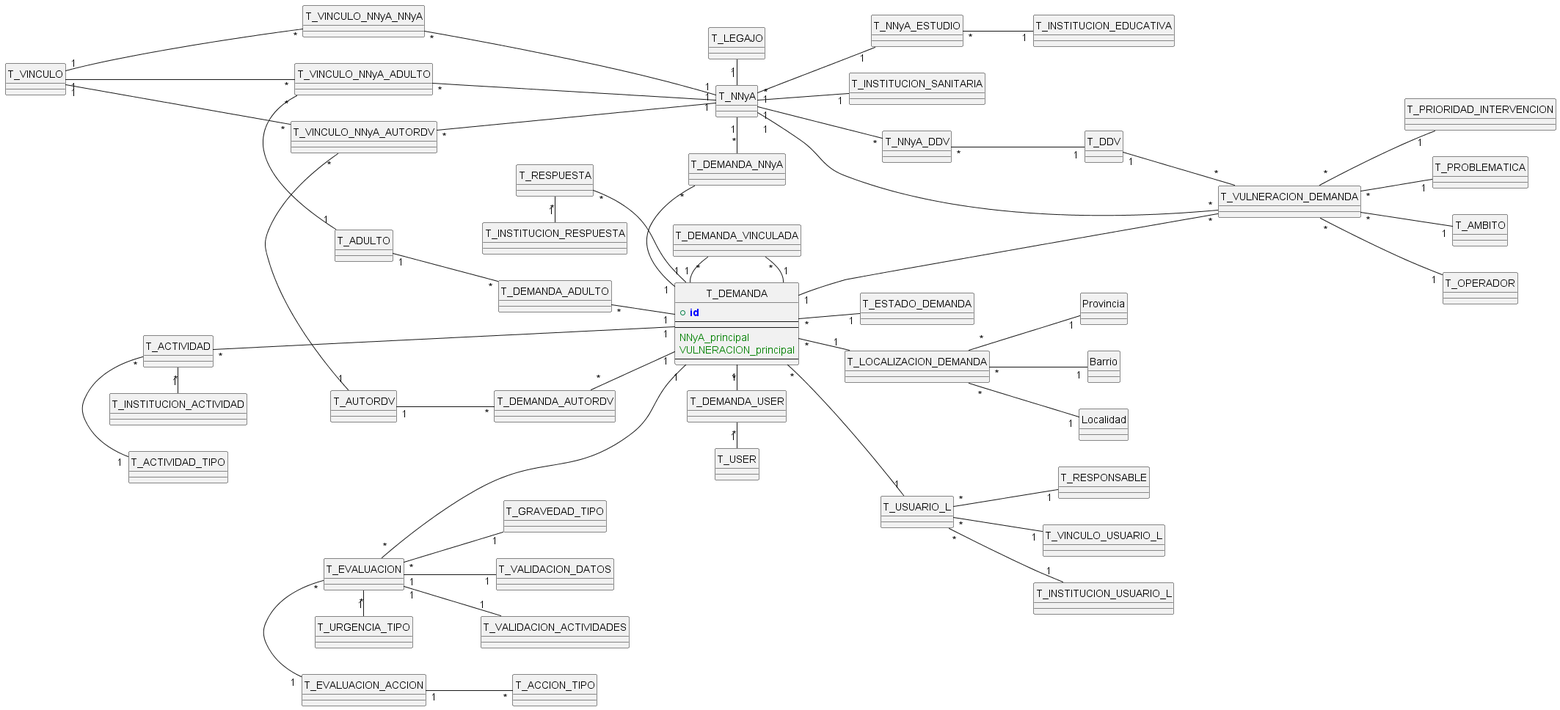
Above: docs/db/just_entities_relationship.png in fosc-hub/SENAF-RUNNA-db-backend (PlantUML), before the change.
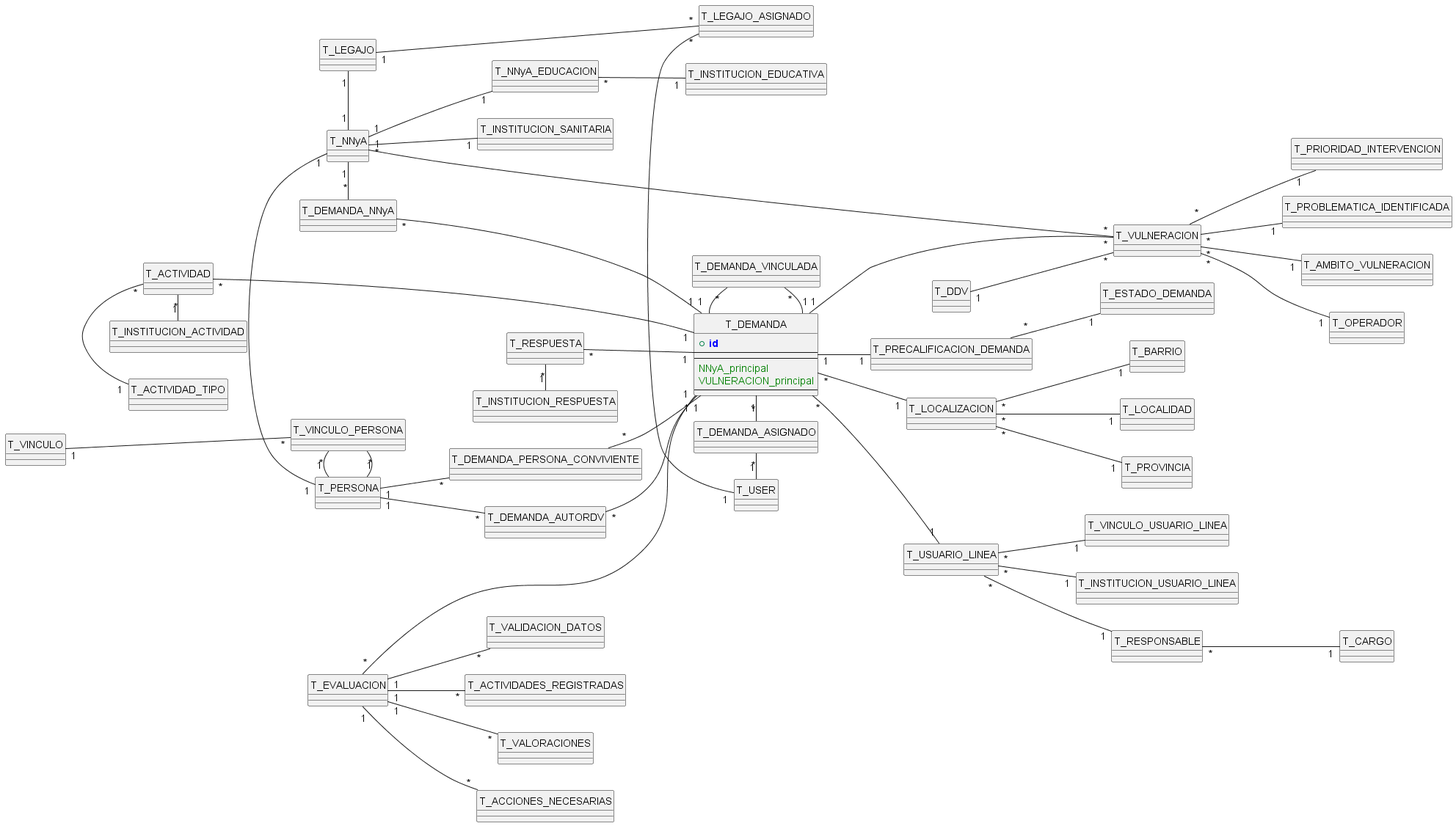
The same diagram one commit later.

Commit message:
changes in entity relationships

Change to the diagram source:
```diff
@@ -14,49 +14,52 @@
     FOREIGN_KEY(VULNERACION_principal)
     --
 }
-T_DEMANDA_USER "*" - "1" T_USER
-T_DEMANDA "1" - "*" T_DEMANDA_USER
-T_DEMANDA "*" -- "1" T_ESTADO_DEMANDA
+T_DEMANDA_ASIGNADO "*" - "1" T_USER
+T_DEMANDA "1" - "*" T_DEMANDA_ASIGNADO
+T_DEMANDA "1" -- "1" T_PRECALIFICACION_DEMANDA
+T_PRECALIFICACION_DEMANDA "*" -- "1" T_ESTADO_DEMANDA
 
-T_DEMANDA "*" -- "1" T_LOCALIZACION_DEMANDA
-T_LOCALIZACION_DEMANDA "*" -- "1" Barrio
-T_LOCALIZACION_DEMANDA "*" -- "1" Localidad
-T_LOCALIZACION_DEMANDA "*" -- "1" Provincia
+T_DEMANDA "*" -- "1" T_LOCALIZACION
+T_LOCALIZACION "*" -- "1" T_BARRIO
+T_LOCALIZACION "*" -- "1" T_LOCALIDAD
+T_LOCALIZACION "*" -- "1" T_PROVINCIA
 
 T_DEMANDA_NNyA "*" - "1" T_DEMANDA
 T_NNyA "1" - "*" T_DEMANDA_NNyA
-T_NNyA "1" -- "*" T_NNyA_DDV
-T_NNyA_DDV "*" -- "1" T_DDV
-T_NNyA "1" -- "1" T_NNyA_ESTUDIO
-T_NNyA_ESTUDIO "*" -- "1" T_INSTITUCION_EDUCATIVA
+
+T_NNyA "1" -- "1" T_NNyA_EDUCACION
+T_NNyA_EDUCACION "*" -- "1" T_INSTITUCION_EDUCATIVA
 T_NNyA "*" -- "1" T_INSTITUCION_SANITARIA
-T_VINCULO_NNyA_ADULTO "*" --- "1" T_NNyA
-T_VINCULO_NNyA_AUTORDV "*" --- "1" T_NNyA
-T_VINCULO_NNyA_NNyA "*" --- "1" T_NNyA
-T_VINCULO "1" --- "*" T_VINCULO_NNyA_NNyA
 
-T_DEMANDA_ADULTO "*" -- "1" T_DEMANDA
-T_ADULTO "1" -- "*" T_DEMANDA_ADULTO
-T_VINCULO_NNyA_ADULTO "*" - "1" T_ADULTO
-T_VINCULO "1" --- "*" T_VINCULO_NNyA_ADULTO
+T_NNyA "1" - "1" T_PERSONA
+
+T_DEMANDA_PERSONA_CONVIVIENTE "*" -- "1" T_DEMANDA
+T_PERSONA "1" -- "*" T_DEMANDA_PERSONA_CONVIVIENTE
+
+T_VINCULO_PERSONA "*" - "1" T_PERSONA
+T_VINCULO_PERSONA "*" - "1" T_PERSONA
+T_VINCULO "1" --- "*" T_VINCULO_PERSONA
 
 T_DEMANDA_AUTORDV "*" -- "1" T_DEMANDA
-T_AUTORDV "1" -- "*" T_DEMANDA_AUTORDV
-T_VINCULO_NNyA_AUTORDV "*" - "1" T_AUTORDV
-T_VINCULO "1" --- "*" T_VINCULO_NNyA_AUTORDV
+T_PERSONA "1" -- "*" T_DEMANDA_AUTORDV
 
-T_DEMANDA "*" -- "1" T_USUARIO_L
-T_USUARIO_L "*" -- "1" T_VINCULO_USUARIO_L
-T_USUARIO_L "*" -- "1" T_INSTITUCION_USUARIO_L
-T_USUARIO_L "*" -- "1" T_RESPONSABLE
+T_DEMANDA "*" -- "1" T_USUARIO_LINEA
+T_USUARIO_LINEA "*" -- "1" T_VINCULO_USUARIO_LINEA
 
-T_DEMANDA "1" --- "*" T_VULNERACION_DEMANDA
-T_DDV "1" -- "*" T_VULNERACION_DEMANDA
-T_VULNERACION_DEMANDA "*" -- "1" T_PRIORIDAD_INTERVENCION
-T_VULNERACION_DEMANDA "*" -- "1" T_PROBLEMATICA
-T_VULNERACION_DEMANDA "*" -- "1" T_AMBITO
-T_VULNERACION_DEMANDA "*" -- "1" T_OPERADOR
-T_NNyA "1" -- "*" T_VULNERACION_DEMANDA
+T_USUARIO_LINEA "*" -- "1" T_INSTITUCION_USUARIO_LINEA
+
+T_USUARIO_LINEA "*" -- "1" T_RESPONSABLE
+T_RESPONSABLE "*" -- "1" T_CARGO
+
+T_DEMANDA "1" --- "*" T_VULNERACION
+T_DDV "1" -- "*" T_VULNERACION
+
+T_VULNERACION "*" -- "1" T_PRIORIDAD_INTERVENCION
+T_VULNERACION "*" -- "1" T_PROBLEMATICA_IDENTIFICADA
+T_VULNERACION "*" -- "1" T_AMBITO_VULNERACION
+
+T_VULNERACION "*" -- "1" T_OPERADOR
+T_NNyA "1" -- "*" T_VULNERACION
 
 T_ACTIVIDAD "*" ---- "1" T_DEMANDA
 T_ACTIVIDAD "*" - "1" T_ACTIVIDAD_TIPO
@@ -69,15 +72,15 @@
 T_DEMANDA_VINCULADA "*" - "1" T_DEMANDA
 
 T_EVALUACION "*" --- "1" T_DEMANDA
-T_EVALUACION "1" -- "1" T_VALIDACION_DATOS
-T_EVALUACION "1" -- "1" T_VALIDACION_ACTIVIDADES
-T_EVALUACION "*" -- "1" T_GRAVEDAD_TIPO
-T_EVALUACION "*" - "1" T_URGENCIA_TIPO
-
-T_EVALUACION "*" - "1" T_EVALUACION_ACCION
-T_EVALUACION_ACCION "1" --"*" T_ACCION_TIPO
+T_EVALUACION "1" -- "*" T_VALIDACION_DATOS
+T_EVALUACION "1" -- "*" T_ACTIVIDADES_REGISTRADAS
+T_EVALUACION "1" -- "*" T_VALORACIONES
+T_EVALUACION "1" -- "*" T_ACCIONES_NECESARIAS
 
 T_LEGAJO "1" - "1" T_NNyA
 
+T_LEGAJO_ASIGNADO "*" - "1" T_USER
+T_LEGAJO "1" - "*" T_LEGAJO_ASIGNADO
+
 
 @enduml
```
